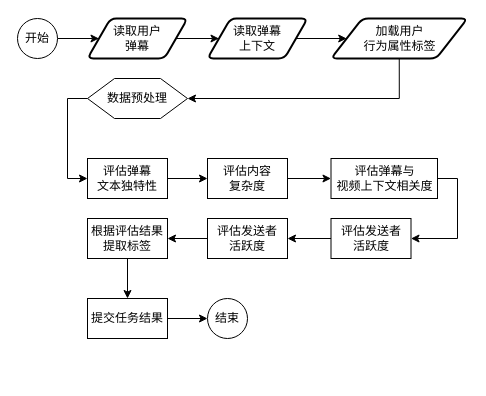
This is docs/Assets/AniLink-cloud/质量标签算法流程图.drawio from All1217/AniLink-Java, a draw.io file, before an edit. Source tidied: cells renumbered, new cells numbered last; positions are measured from the earlier drawing's top-left corner, leaving out a move shared by most shapes. Both pictures are drawn from the tidied source at 100%, with x=0, y=0 at pixel (17, 18).
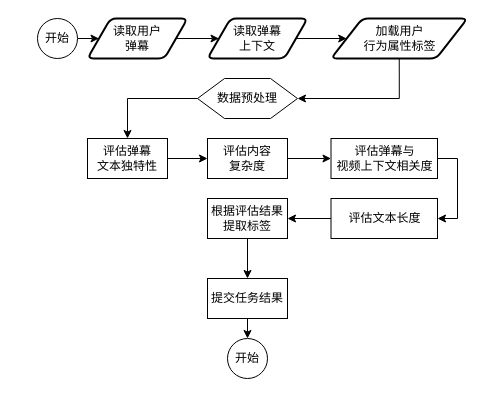
The same page after the edit.

The edit, as a diff of the source:
```diff
@@
     <mxCell id="3" value="开始" style="ellipse;whiteSpace=wrap;html=1;" parent="1" vertex="1">
-      <mxGeometry width="40" height="40" as="geometry" />
+      <mxGeometry x="20" width="40" height="40" as="geometry" />
     </mxCell>
@@
-    <mxCell id="10" style="edgeStyle=orthogonalEdgeStyle;rounded=0;jettySize=auto;html=1;exitX=0;exitY=0.5;exitDx=0;exitDy=0;entryX=0;entryY=0.5;entryDx=0;entryDy=0;" parent="1" edge="1" source="11" target="14">
+    <mxCell id="10" style="edgeStyle=orthogonalEdgeStyle;rounded=0;jettySize=auto;html=1;exitX=0;exitY=0.5;exitDx=0;exitDy=0;" parent="1" edge="1" source="11" target="14">
       <mxGeometry relative="1" as="geometry" />
     </mxCell>
     <mxCell id="11" style="verticalLabelPosition=bottom;verticalAlign=top;html=1;shape=hexagon;perimeter=hexagonPerimeter2;arcSize=6;size=0.27;" parent="1" vertex="1">
-      <mxGeometry x="70" y="60" width="100" height="40" as="geometry" />
+      <mxGeometry x="180" y="60" width="100" height="40" as="geometry" />
     </mxCell>
     <mxCell id="12" value="数据预处理" style="text;html=1;align=center;verticalAlign=middle;whiteSpace=wrap;rounded=0;" parent="1" vertex="1">
-      <mxGeometry x="85" y="65" width="70" height="30" as="geometry" />
+      <mxGeometry x="195" y="65" width="70" height="30" as="geometry" />
     </mxCell>
@@
     <mxCell id="14" value="评估弹幕&lt;div&gt;文本独特性&lt;/div&gt;" style="rounded=0;whiteSpace=wrap;html=1;" parent="1" vertex="1">
-      <mxGeometry x="70" y="140" width="80" height="40" as="geometry" />
+      <mxGeometry x="70" y="120" width="80" height="40" as="geometry" />
     </mxCell>
@@
     <mxCell id="16" value="评估内容&lt;br&gt;&lt;div&gt;复杂度&lt;/div&gt;" style="rounded=0;whiteSpace=wrap;html=1;" parent="1" vertex="1">
-      <mxGeometry x="190" y="140" width="80" height="40" as="geometry" />
+      <mxGeometry x="190" y="120" width="80" height="40" as="geometry" />
     </mxCell>
@@
     <mxCell id="18" value="评估弹幕与&lt;br&gt;&lt;div&gt;视频上下文相关度&lt;/div&gt;" style="rounded=0;whiteSpace=wrap;html=1;" parent="1" vertex="1">
-      <mxGeometry x="313.5" y="140" width="106.5" height="40" as="geometry" />
+      <mxGeometry x="313.5" y="120" width="106.5" height="40" as="geometry" />
     </mxCell>
-    <mxCell id="19" style="edgeStyle=orthogonalEdgeStyle;rounded=0;jettySize=auto;html=1;exitX=0;exitY=0.5;exitDx=0;exitDy=0;entryX=1;entryY=0.5;entryDx=0;entryDy=0;" parent="1" edge="1" source="20" target="22">
-      <mxGeometry relative="1" as="geometry" />
-    </mxCell>
+    <mxCell id="28" style="edgeStyle=orthogonalEdgeStyle;rounded=0;jettySize=auto;html=1;exitX=0;exitY=0.5;exitDx=0;exitDy=0;entryX=1;entryY=0.5;entryDx=0;entryDy=0;" parent="1" edge="1" source="20" target="24">
+      <mxGeometry relative="1" as="geometry" />
+    </mxCell>
-    <mxCell id="20" value="评估发送者&lt;div&gt;活跃度&lt;/div&gt;" style="rounded=0;whiteSpace=wrap;html=1;" parent="1" vertex="1">
-      <mxGeometry x="313.5" y="200" width="80" height="40" as="geometry" />
+    <mxCell id="20" value="评估文本长度" style="rounded=0;whiteSpace=wrap;html=1;" parent="1" vertex="1">
+      <mxGeometry x="313.5" y="180" width="106.5" height="40" as="geometry" />
     </mxCell>
-    <mxCell id="21" style="edgeStyle=orthogonalEdgeStyle;rounded=0;jettySize=auto;html=1;exitX=0;exitY=0.5;exitDx=0;exitDy=0;entryX=1;entryY=0.5;entryDx=0;entryDy=0;" parent="1" edge="1" source="22" target="24">
-      <mxGeometry relative="1" as="geometry" />
-    </mxCell>
-    <mxCell id="22" value="评估发送者&lt;div&gt;活跃度&lt;/div&gt;" style="rounded=0;whiteSpace=wrap;html=1;" parent="1" vertex="1">
-      <mxGeometry x="190" y="200" width="80" height="40" as="geometry" />
-    </mxCell>
@@
     <mxCell id="24" value="根据评估结果&lt;div&gt;提取标&lt;span style=&quot;background-color: transparent; color: light-dark(rgb(0, 0, 0), rgb(255, 255, 255));&quot;&gt;签&lt;/span&gt;&lt;/div&gt;" style="rounded=0;whiteSpace=wrap;html=1;" parent="1" vertex="1">
-      <mxGeometry x="70" y="200" width="80" height="40" as="geometry" />
+      <mxGeometry x="190" y="180" width="80" height="40" as="geometry" />
     </mxCell>
-    <mxCell id="25" style="edgeStyle=orthogonalEdgeStyle;rounded=0;jettySize=auto;html=1;exitX=1;exitY=0.5;exitDx=0;exitDy=0;entryX=0;entryY=0.5;entryDx=0;entryDy=0;" parent="1" edge="1" source="26" target="27">
-      <mxGeometry relative="1" as="geometry" />
-    </mxCell>
+    <mxCell id="29" style="edgeStyle=orthogonalEdgeStyle;rounded=0;jettySize=auto;html=1;exitX=0.5;exitY=1;exitDx=0;exitDy=0;entryX=0.5;entryY=0;entryDx=0;entryDy=0;" parent="1" edge="1" source="26" target="30">
+      <mxGeometry relative="1" as="geometry" />
+    </mxCell>
     <mxCell id="26" value="提交任务结果" style="rounded=0;whiteSpace=wrap;html=1;" parent="1" vertex="1">
-      <mxGeometry x="70" y="280" width="80" height="40" as="geometry" />
+      <mxGeometry x="190" y="260" width="80" height="40" as="geometry" />
     </mxCell>
-    <mxCell id="27" value="结束" style="ellipse;whiteSpace=wrap;html=1;" parent="1" vertex="1">
-      <mxGeometry x="190" y="280" width="40" height="40" as="geometry" />
-    </mxCell>
+    <mxCell id="30" value="开始" style="ellipse;whiteSpace=wrap;html=1;" parent="1" vertex="1">
+      <mxGeometry x="210" y="320" width="40" height="40" as="geometry" />
+    </mxCell>
```
